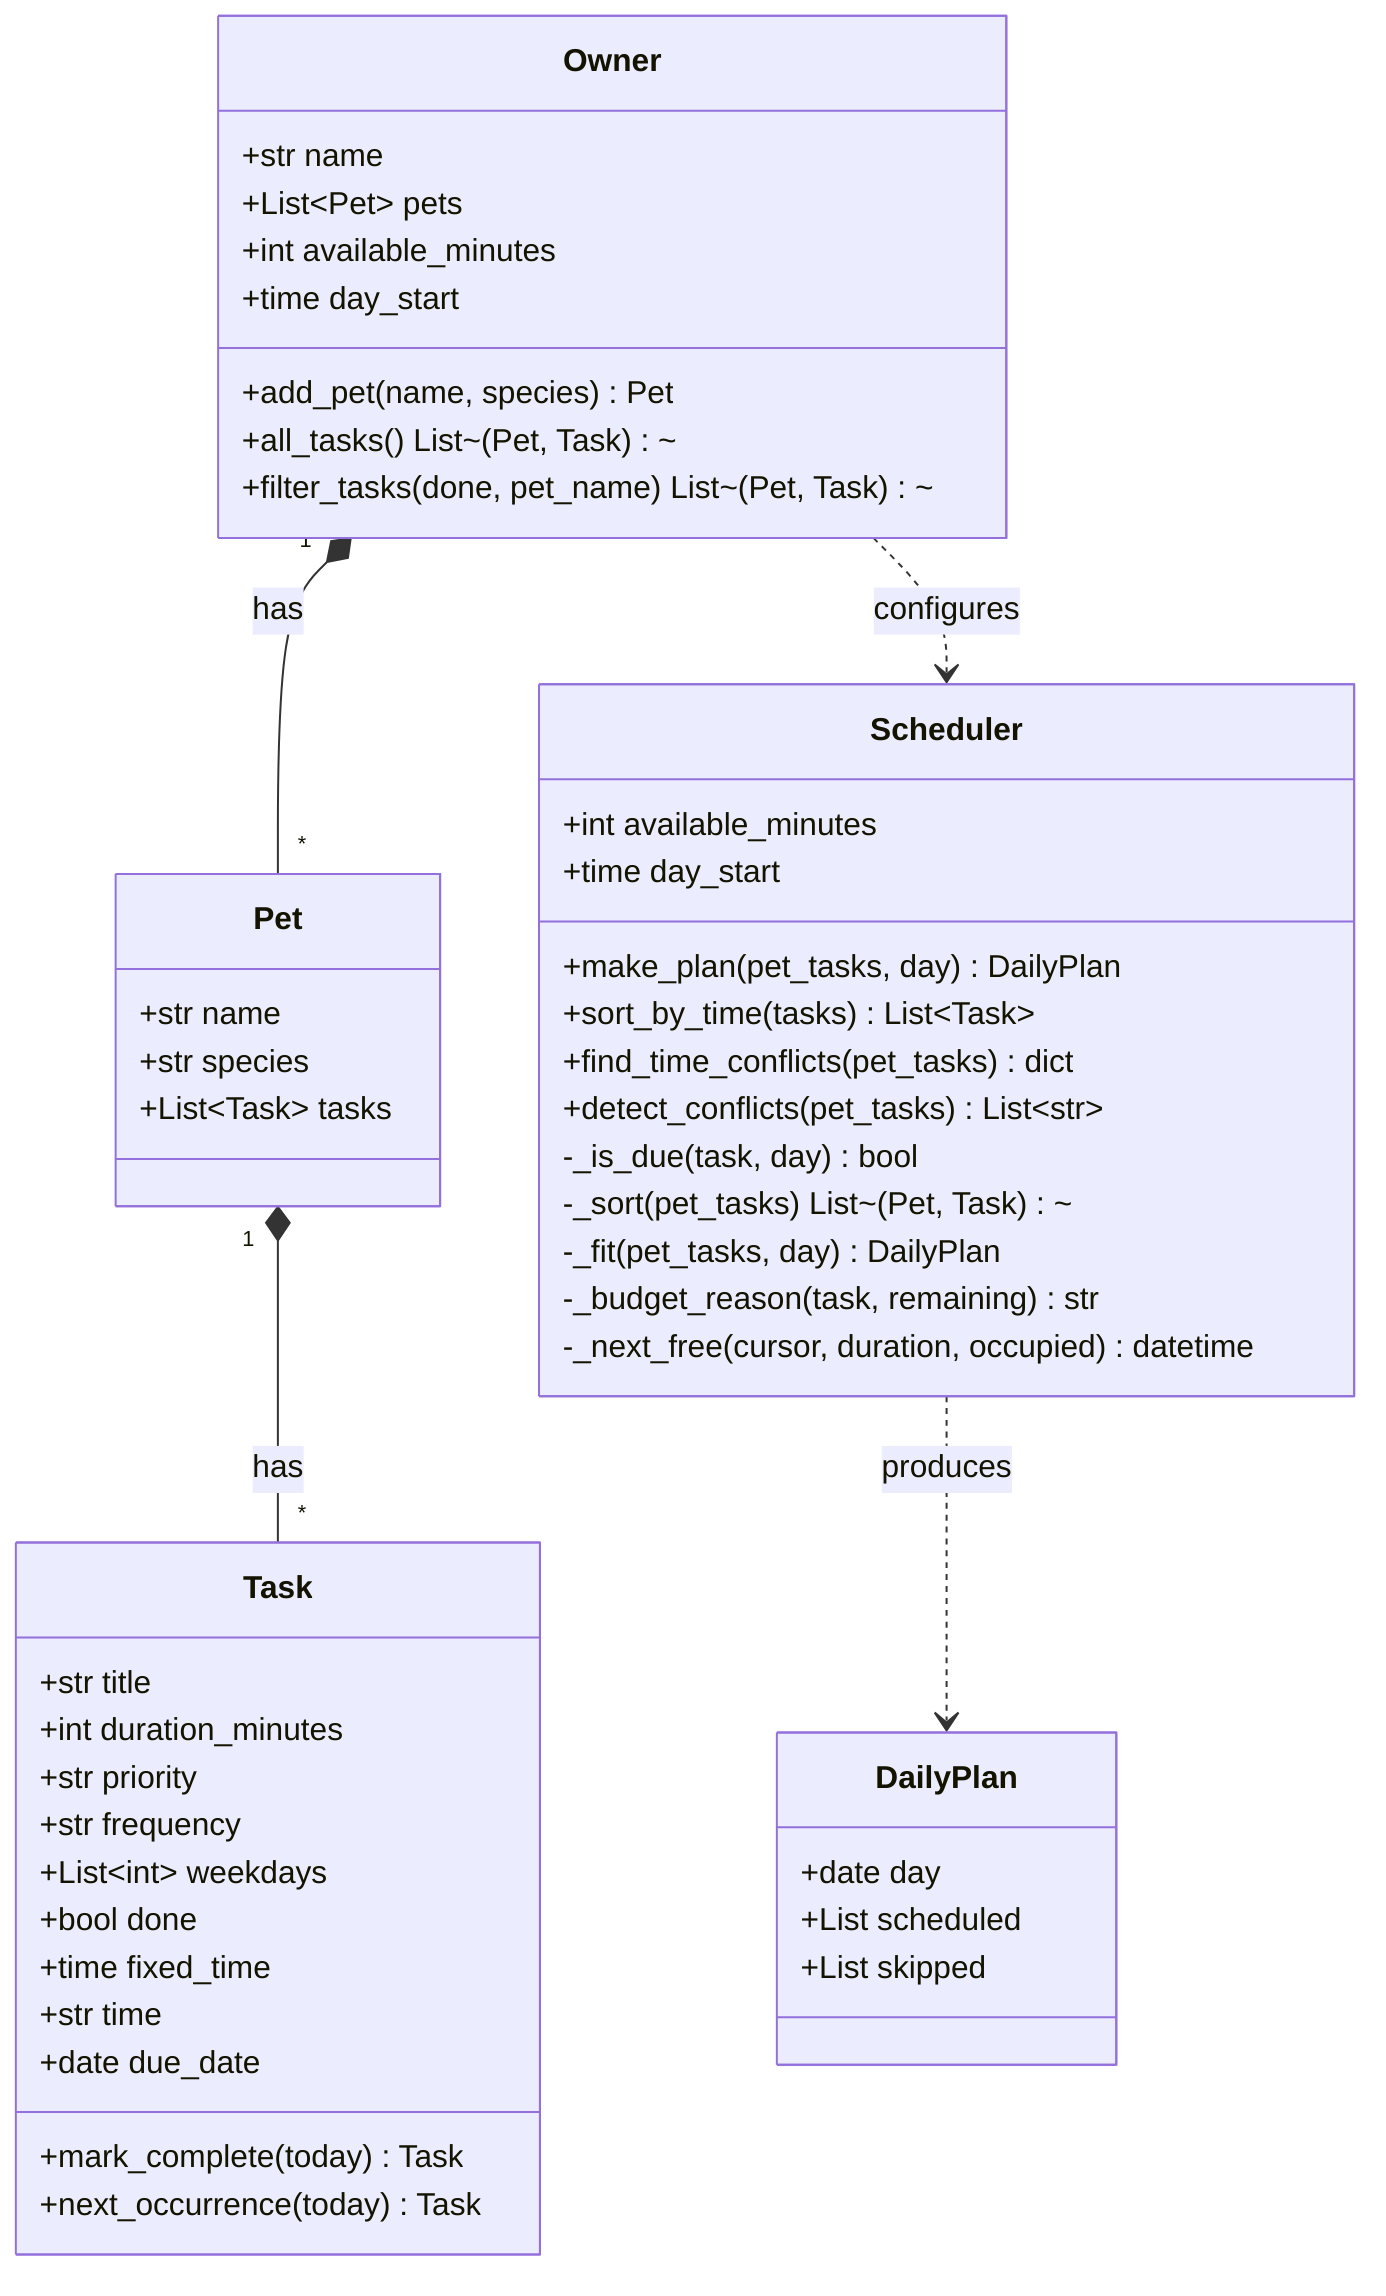
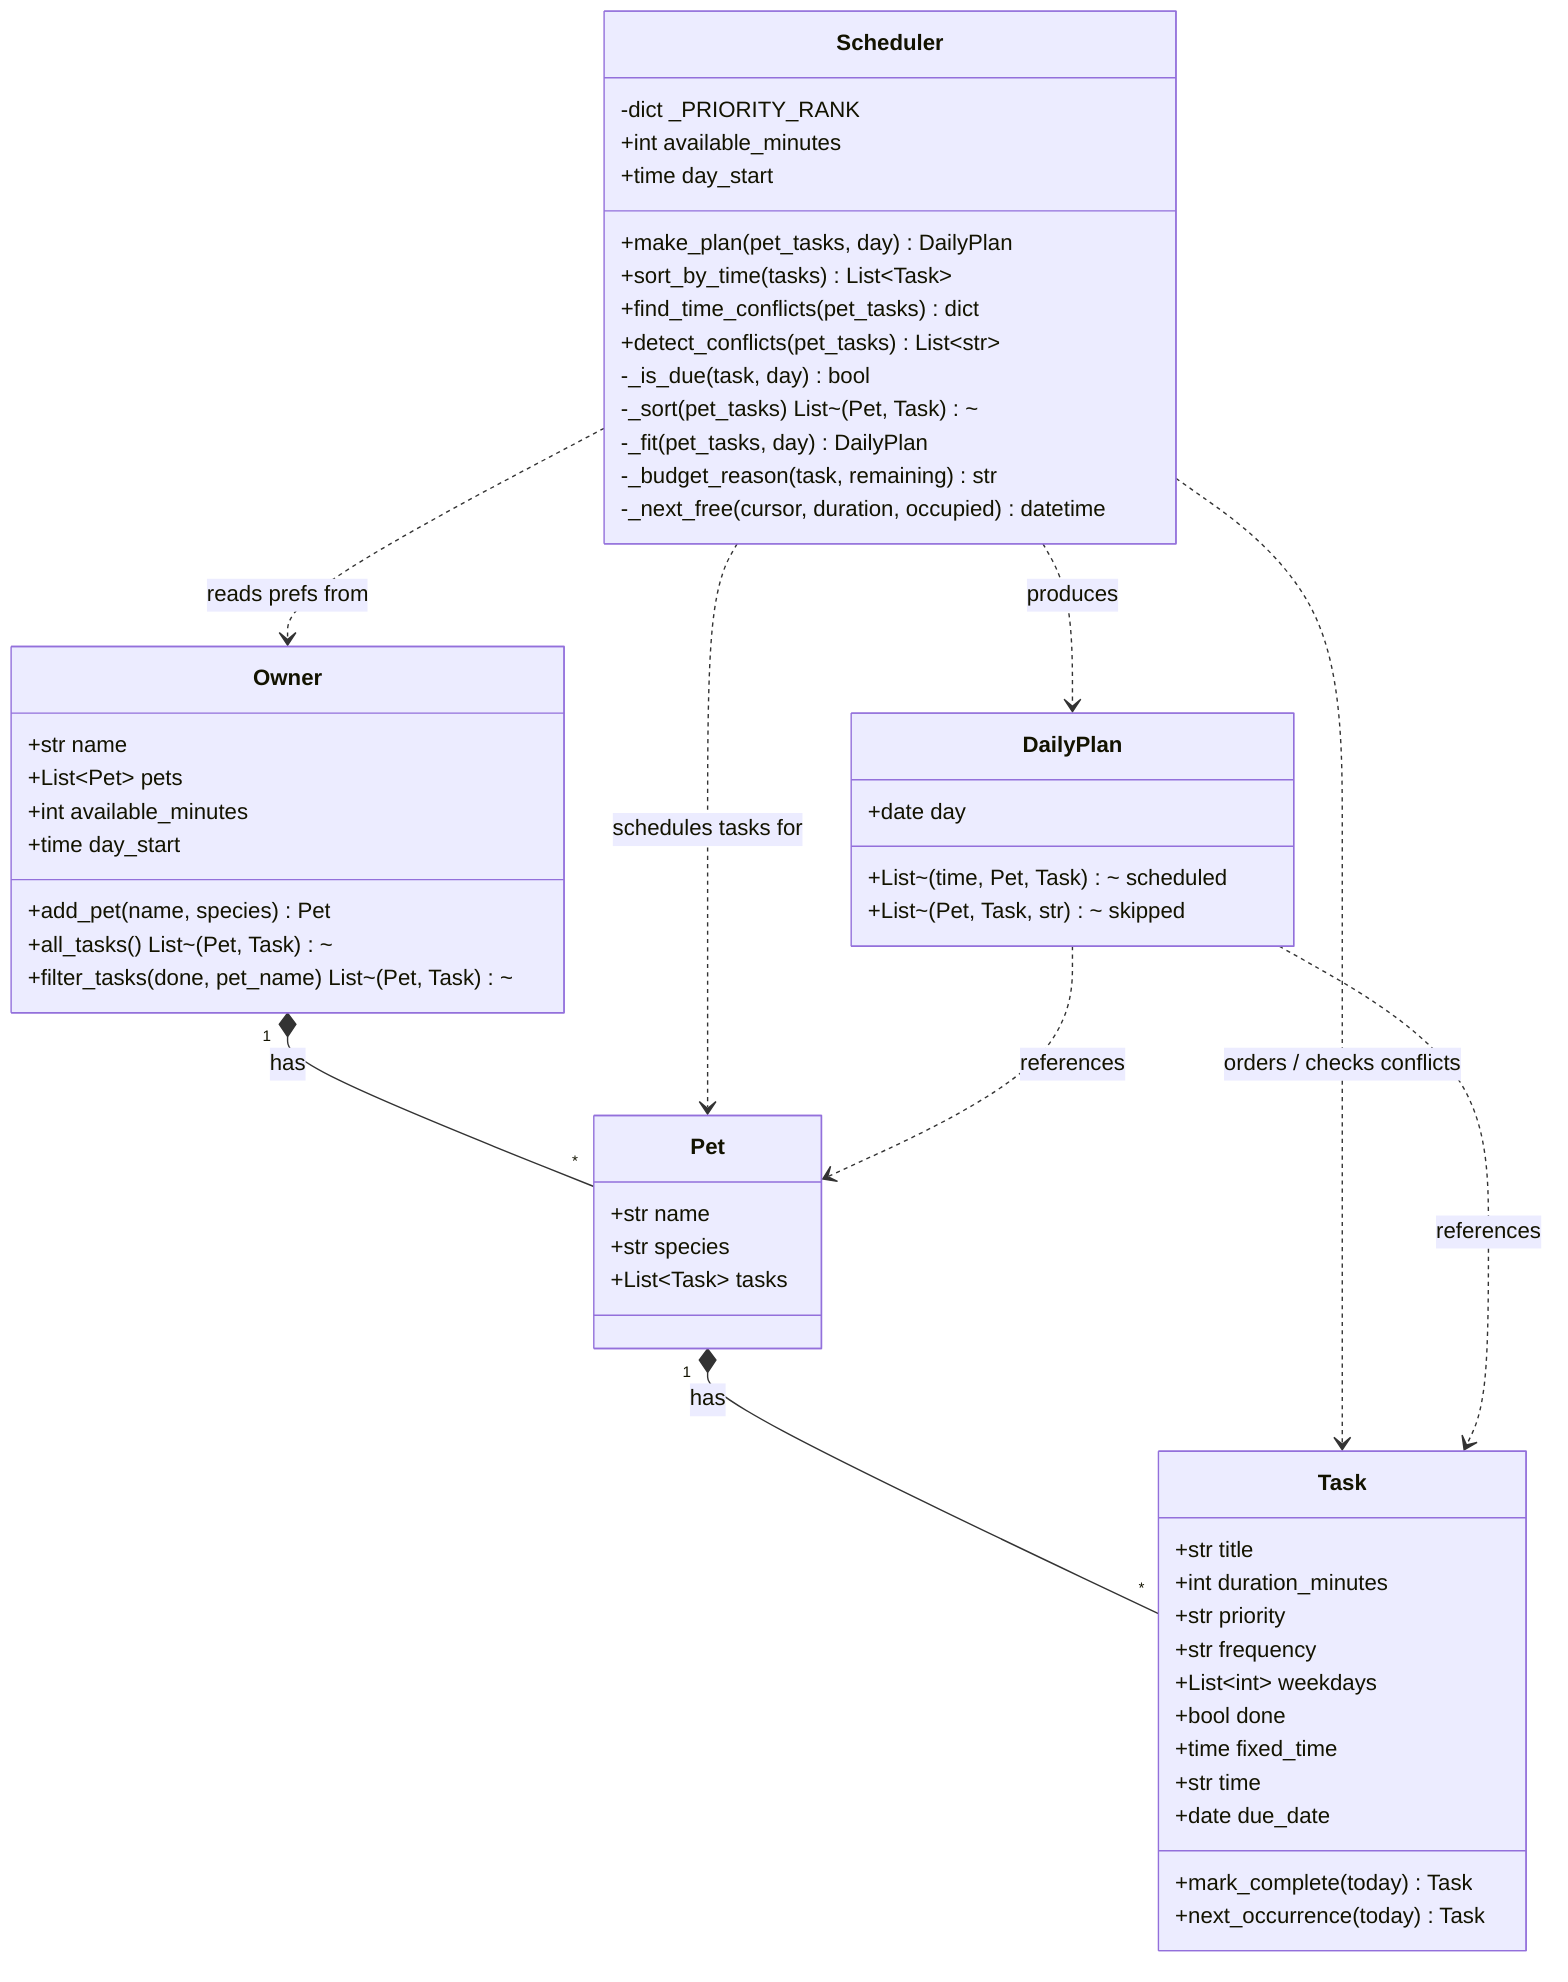
classDiagram
    class Task {
        +str title
        +int duration_minutes
        +str priority
        +str frequency
        +List~int~ weekdays
        +bool done
        +time fixed_time
        +str time
        +date due_date
        +mark_complete(today) Task
        +next_occurrence(today) Task
    }

    class Pet {
        +str name
        +str species
        +List~Task~ tasks
    }

    class Owner {
        +str name
        +List~Pet~ pets
        +int available_minutes
        +time day_start
        +add_pet(name, species) Pet
        +all_tasks() List~(Pet, Task)~
        +filter_tasks(done, pet_name) List~(Pet, Task)~
    }

    class DailyPlan {
        +date day
-         +List scheduled
-         +List skipped
+         +List~(time, Pet, Task)~ scheduled
+         +List~(Pet, Task, str)~ skipped
    }

    class Scheduler {
+         -dict _PRIORITY_RANK
        +int available_minutes
        +time day_start
        +make_plan(pet_tasks, day) DailyPlan
        +sort_by_time(tasks) List~Task~
        +find_time_conflicts(pet_tasks) dict
        +detect_conflicts(pet_tasks) List~str~
        -_is_due(task, day) bool
        -_sort(pet_tasks) List~(Pet, Task)~
        -_fit(pet_tasks, day) DailyPlan
        -_budget_reason(task, remaining) str
        -_next_free(cursor, duration, occupied) datetime
    }

    Owner "1" *-- "*" Pet : has
    Pet "1" *-- "*" Task : has
-     Owner ..> Scheduler : configures
+     Scheduler ..> Owner : reads prefs from
+     Scheduler ..> Pet : schedules tasks for
+     Scheduler ..> Task : orders / checks conflicts
    Scheduler ..> DailyPlan : produces
+     DailyPlan ..> Pet : references
+     DailyPlan ..> Task : references
